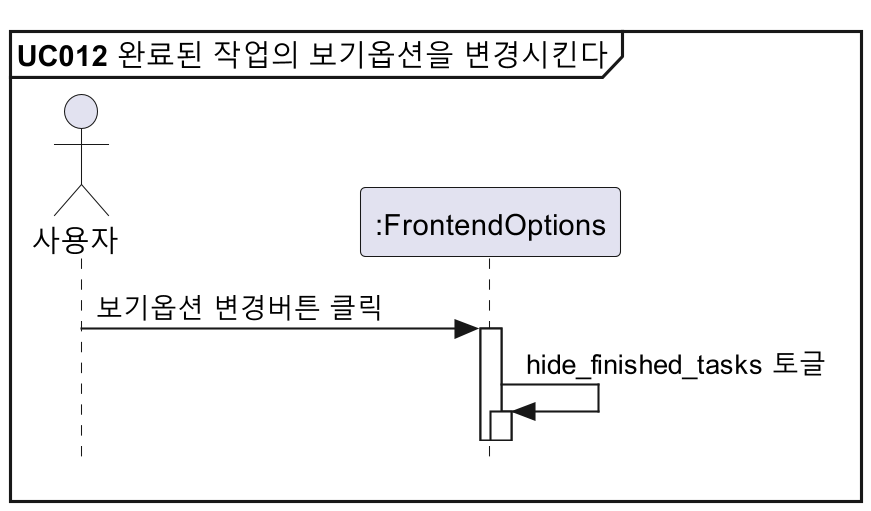
Above: docs/설계명세서/images/seq_diag/uc012.png in parkchamchi/SoftwareEngineering2023 (PlantUML), before the change.
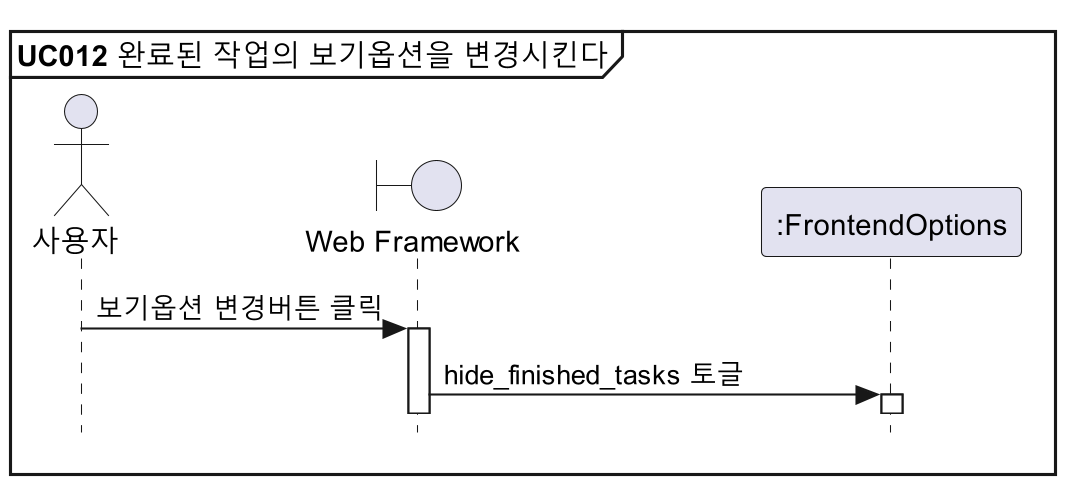
The same diagram one commit later.

Change to the diagram source:
```diff
@@ -3,10 +3,10 @@
 
 mainframe **UC012** 완료된 작업의 보기옵션을 변경시킨다
 
-actor 사용자
+!includesub style.puml!PARTICIPANTS
 participant ":FrontendOptions" as FO
 
-사용자 -> FO : 보기옵션 변경버튼 클릭
-FO -> FO : hide_finished_tasks 토글
+사용자 -> view : 보기옵션 변경버튼 클릭
+view -> FO : hide_finished_tasks 토글
 
 @enduml
```
